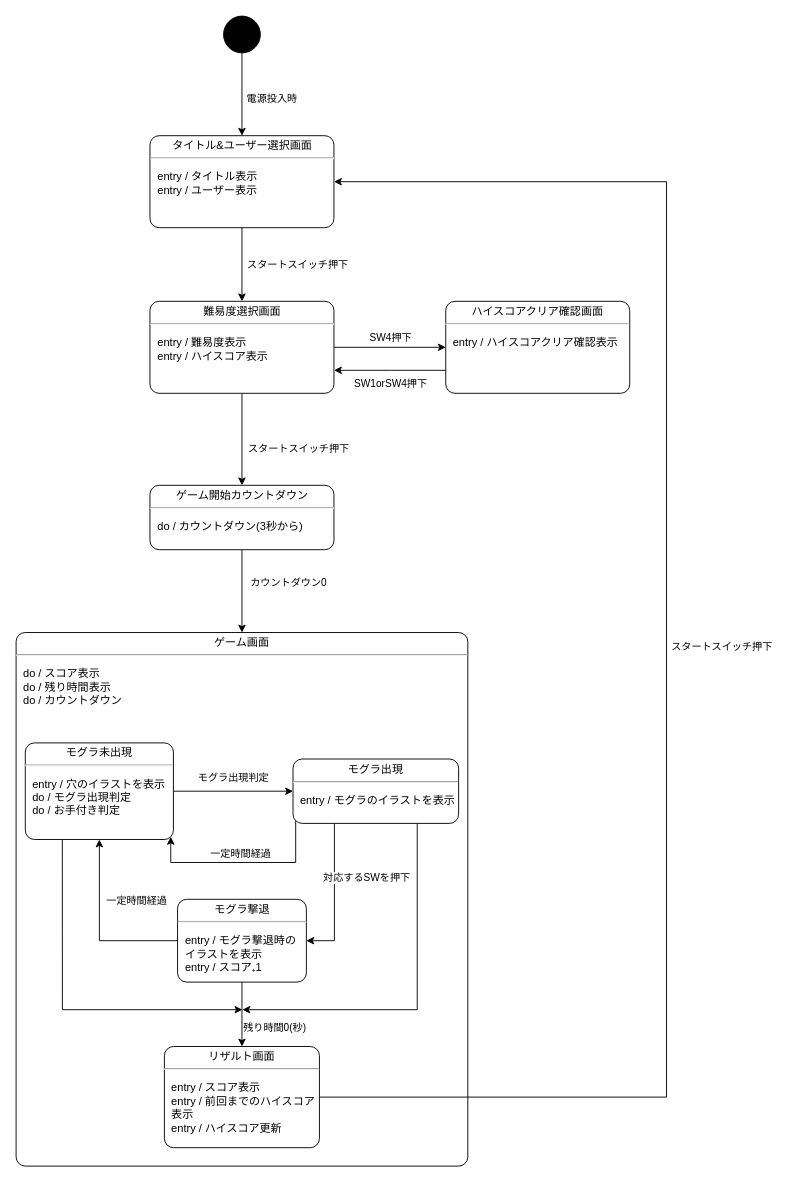
hakohumi/comp.train.whack-a-mole keeps this draw.io diagram as 資料/設計書/モグラ叩き_状態遷移.drawio. Above is the earlier version. Source tidied: cells renumbered, new cells numbered last; positions are measured from the earlier drawing's top-left corner, leaving out a move shared by most shapes. Both pictures are drawn from the tidied source at 92%, with x=0, y=0 at pixel (16, 16).
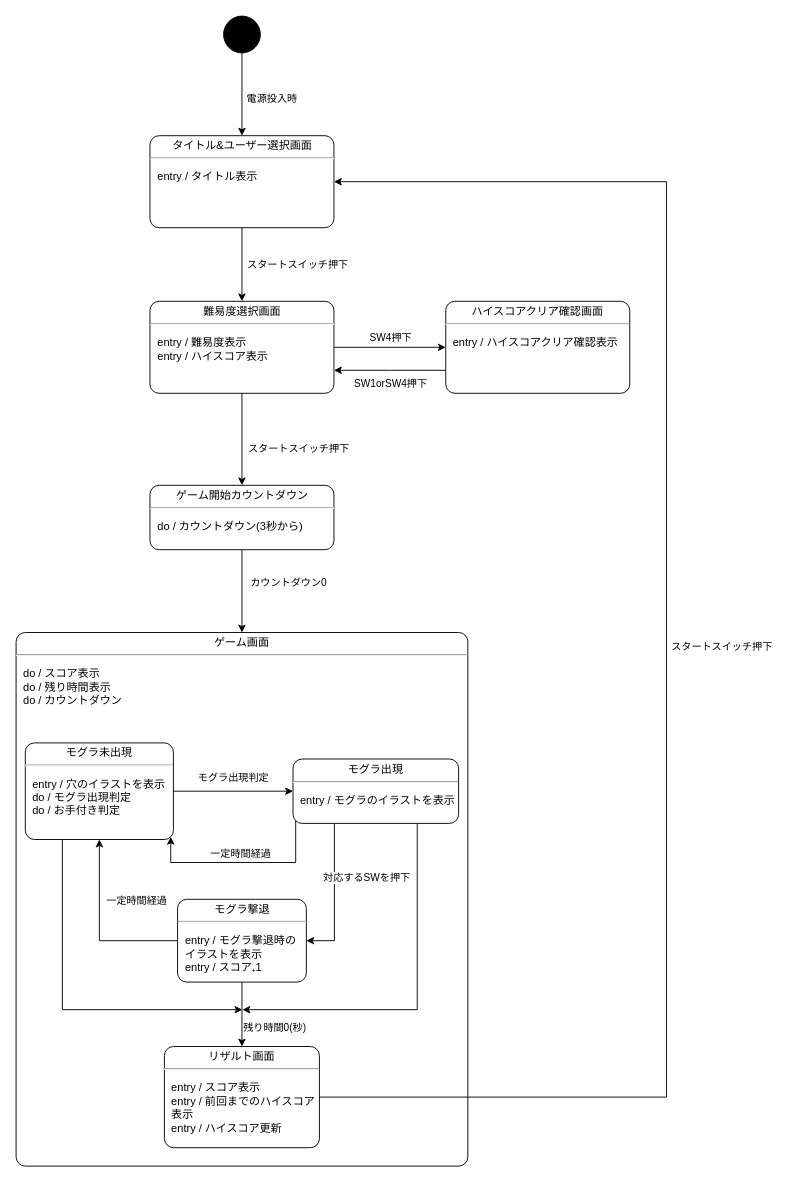
Above is the later version.

Commit message:
設計/状態遷移図 タイトル画面からユーザー選択を削除

Change to the diagram source:
```diff
@@
-    <mxCell id="3" value="&lt;p style=&quot;margin: 0px ; margin-top: 4px ; text-align: center&quot;&gt;タイトル&amp;amp;ユーザー選択画面&lt;/p&gt;&lt;hr&gt;&lt;p&gt;&lt;/p&gt;&lt;p style=&quot;margin: 0px ; margin-left: 8px ; text-align: left&quot;&gt;entry / タイトル表示&lt;/p&gt;&lt;p style=&quot;margin: 0px ; margin-left: 8px ; text-align: left&quot;&gt;entry / ユーザー表示&lt;br&gt;&lt;br&gt;&lt;/p&gt;" style="shape=mxgraph.sysml.simpleState;html=1;overflow=fill;whiteSpace=wrap;align=center;" parent="1" vertex="1">
+    <mxCell id="3" value="&lt;p style=&quot;margin: 0px ; margin-top: 4px ; text-align: center&quot;&gt;タイトル&amp;amp;ユーザー選択画面&lt;/p&gt;&lt;hr&gt;&lt;p&gt;&lt;/p&gt;&lt;p style=&quot;margin: 0px ; margin-left: 8px ; text-align: left&quot;&gt;entry / タイトル表示&lt;/p&gt;&lt;p style=&quot;margin: 0px ; margin-left: 8px ; text-align: left&quot;&gt;&lt;br&gt;&lt;/p&gt;" style="shape=mxgraph.sysml.simpleState;html=1;overflow=fill;whiteSpace=wrap;align=center;" parent="1" vertex="1">
       <mxGeometry x="145.5" y="130" width="200" height="100" as="geometry" />
     </mxCell>
```
